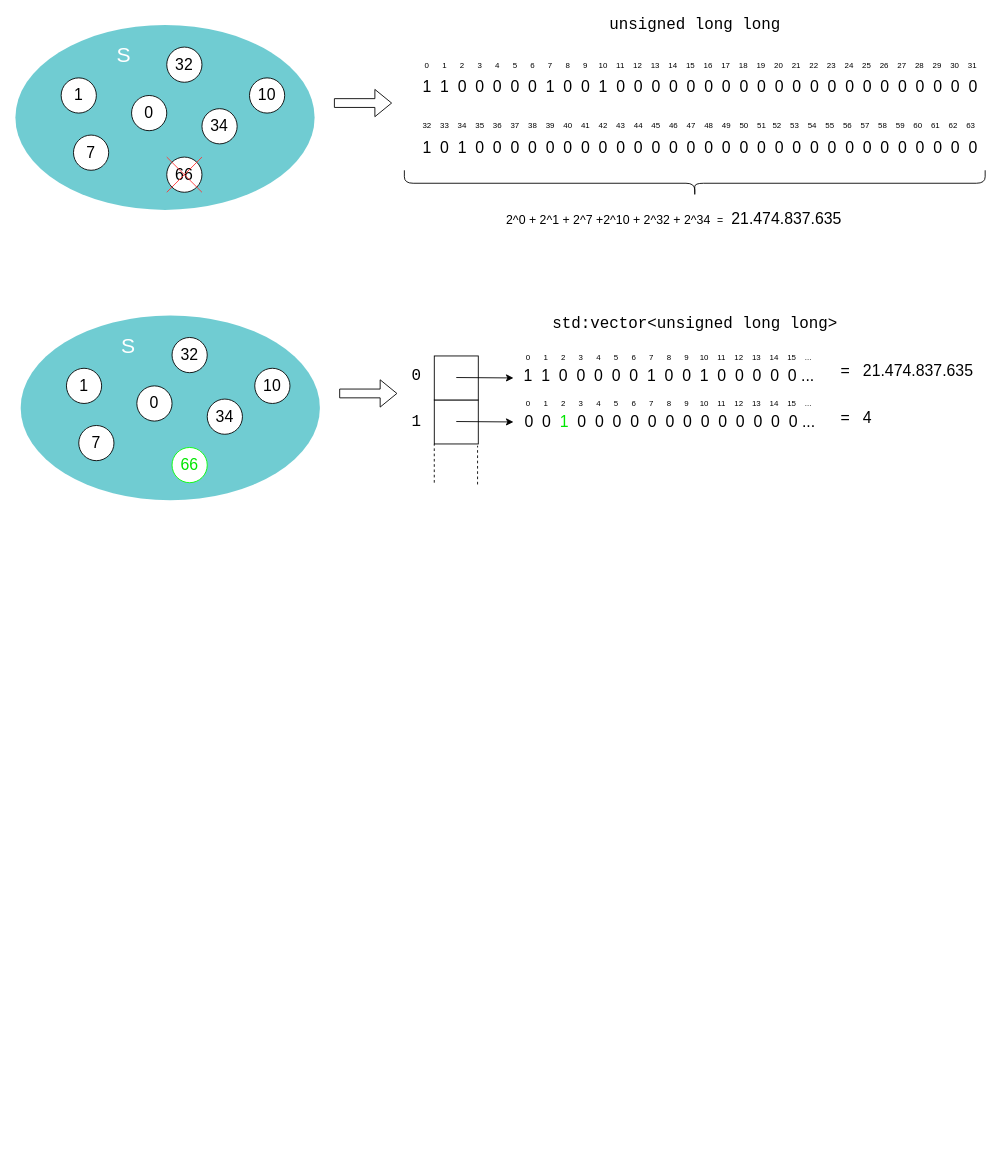
Earlier version of the draw.io diagram report/images/SBitRepr.drawio (jkomyno/algorithms-hw2). Source tidied: cells renumbered, new cells numbered last; positions are measured from the earlier drawing's top-left corner, leaving out a move shared by most shapes. Both pictures are drawn from the tidied source at 88%, with x=0, y=0 at pixel (15, -107).
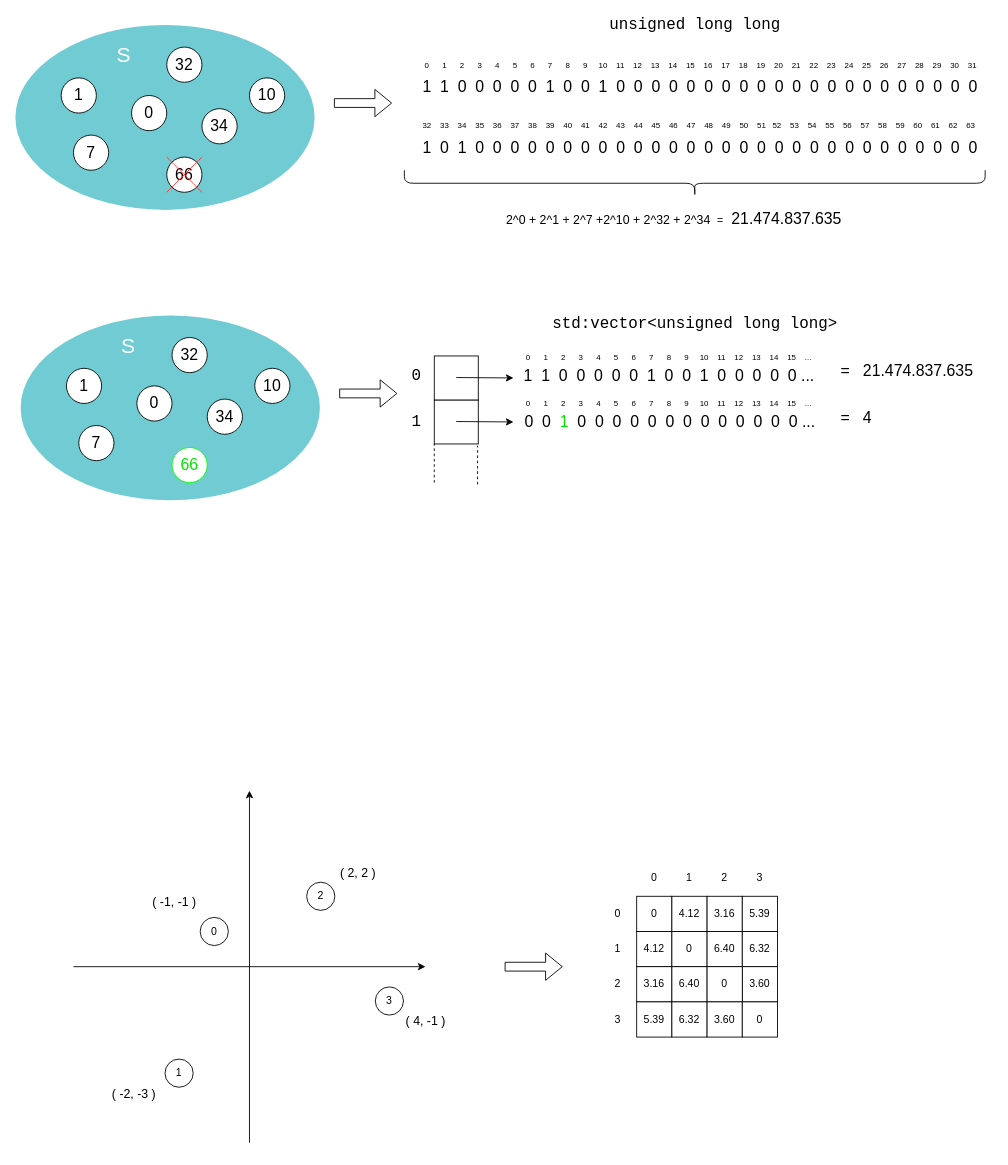
The same diagram, later.

Diff of the diagram source:
```diff
@@
+    <mxCell id="47" style="endArrow=classic;html=1;" parent="1" edge="1">
+      <mxGeometry relative="1" as="geometry">
+        <mxPoint x="66" y="1220" as="sourcePoint" />
+        <mxPoint x="466" y="1220" as="targetPoint" />
+      </mxGeometry>
+    </mxCell>
+    <mxCell id="48" style="endArrow=classic;html=1;" parent="1" edge="1">
+      <mxGeometry relative="1" as="geometry">
+        <mxPoint x="266" y="1420" as="sourcePoint" />
+        <mxPoint x="266" y="1020" as="targetPoint" />
+      </mxGeometry>
+    </mxCell>
+    <mxCell id="49" value="0" style="ellipse;whiteSpace=wrap;html=1;" parent="1" vertex="1">
+      <mxGeometry x="210" y="1164" width="32" height="32" as="geometry" />
+    </mxCell>
+    <mxCell id="50" value="&lt;font style=&quot;font-size: 14px&quot;&gt;( -1, -1 )&lt;/font&gt;" style="text;html=1;strokeColor=none;fillColor=none;align=center;verticalAlign=middle;whiteSpace=wrap;rounded=0;" parent="1" vertex="1">
+      <mxGeometry x="148" y="1136" width="66" height="20" as="geometry" />
+    </mxCell>
+    <mxCell id="51" value="1" style="ellipse;whiteSpace=wrap;html=1;" parent="1" vertex="1">
+      <mxGeometry x="170" y="1325" width="32" height="32" as="geometry" />
+    </mxCell>
+    <mxCell id="52" value="&lt;font style=&quot;font-size: 14px&quot;&gt;( -2, -3 )&lt;/font&gt;" style="text;html=1;strokeColor=none;fillColor=none;align=center;verticalAlign=middle;whiteSpace=wrap;rounded=0;" parent="1" vertex="1">
+      <mxGeometry x="98" y="1355" width="74" height="20" as="geometry" />
+    </mxCell>
+    <mxCell id="53" value="3" style="ellipse;whiteSpace=wrap;html=1;" parent="1" vertex="1">
+      <mxGeometry x="409" y="1243" width="32" height="32" as="geometry" />
+    </mxCell>
+    <mxCell id="54" value="&lt;font style=&quot;font-size: 14px&quot;&gt;( 4, -1 )&lt;/font&gt;" style="text;html=1;strokeColor=none;fillColor=none;align=center;verticalAlign=middle;whiteSpace=wrap;rounded=0;" parent="1" vertex="1">
+      <mxGeometry x="429" y="1272" width="75" height="20" as="geometry" />
+    </mxCell>
+    <mxCell id="55" value="2" style="ellipse;whiteSpace=wrap;html=1;" parent="1" vertex="1">
+      <mxGeometry x="331" y="1124" width="32" height="32" as="geometry" />
+    </mxCell>
+    <mxCell id="56" value="&lt;font style=&quot;font-size: 14px&quot;&gt;( 2, 2 )&lt;/font&gt;" style="text;html=1;strokeColor=none;fillColor=none;align=center;verticalAlign=middle;whiteSpace=wrap;rounded=0;" parent="1" vertex="1">
+      <mxGeometry x="363" y="1104" width="53" height="20" as="geometry" />
+    </mxCell>
+    <mxCell id="57" style="shape=flexArrow;endArrow=classic;html=1;" parent="1" edge="1">
+      <mxGeometry relative="1" as="geometry">
+        <mxPoint x="556" y="1220" as="sourcePoint" />
+        <mxPoint x="622" y="1220" as="targetPoint" />
+      </mxGeometry>
+    </mxCell>
+    <mxCell id="58" value="0" style="whiteSpace=wrap;html=1;" parent="1" vertex="1">
+      <mxGeometry x="706" y="1140" width="40" height="40" as="geometry" />
+    </mxCell>
+    <mxCell id="59" value="4.12" style="whiteSpace=wrap;html=1;" parent="1" vertex="1">
+      <mxGeometry x="746" y="1140" width="40" height="40" as="geometry" />
+    </mxCell>
+    <mxCell id="60" value="3.16" style="whiteSpace=wrap;html=1;" parent="1" vertex="1">
+      <mxGeometry x="786" y="1140" width="40" height="40" as="geometry" />
+    </mxCell>
+    <mxCell id="61" value="5.39" style="whiteSpace=wrap;html=1;" parent="1" vertex="1">
+      <mxGeometry x="826" y="1140" width="40" height="40" as="geometry" />
+    </mxCell>
+    <mxCell id="62" value="4.12" style="whiteSpace=wrap;html=1;" parent="1" vertex="1">
+      <mxGeometry x="706" y="1180" width="40" height="40" as="geometry" />
+    </mxCell>
+    <mxCell id="63" value="0" style="whiteSpace=wrap;html=1;" parent="1" vertex="1">
+      <mxGeometry x="746" y="1180" width="40" height="40" as="geometry" />
+    </mxCell>
+    <mxCell id="64" value="6.40" style="whiteSpace=wrap;html=1;" parent="1" vertex="1">
+      <mxGeometry x="786" y="1180" width="40" height="40" as="geometry" />
+    </mxCell>
+    <mxCell id="65" value="6.32" style="whiteSpace=wrap;html=1;" parent="1" vertex="1">
+      <mxGeometry x="826" y="1180" width="40" height="40" as="geometry" />
+    </mxCell>
+    <mxCell id="66" value="3.16" style="whiteSpace=wrap;html=1;" parent="1" vertex="1">
+      <mxGeometry x="706" y="1220" width="40" height="40" as="geometry" />
+    </mxCell>
+    <mxCell id="67" value="6.40" style="whiteSpace=wrap;html=1;" parent="1" vertex="1">
+      <mxGeometry x="746" y="1220" width="40" height="40" as="geometry" />
+    </mxCell>
+    <mxCell id="68" value="3.60" style="whiteSpace=wrap;html=1;" parent="1" vertex="1">
+      <mxGeometry x="826" y="1220" width="40" height="40" as="geometry" />
+    </mxCell>
+    <mxCell id="69" value="0" style="whiteSpace=wrap;html=1;" parent="1" vertex="1">
+      <mxGeometry x="786" y="1220" width="40" height="40" as="geometry" />
+    </mxCell>
+    <mxCell id="70" value="5.39" style="whiteSpace=wrap;html=1;" parent="1" vertex="1">
+      <mxGeometry x="706" y="1260" width="40" height="40" as="geometry" />
+    </mxCell>
+    <mxCell id="71" value="6.32" style="whiteSpace=wrap;html=1;" parent="1" vertex="1">
+      <mxGeometry x="746" y="1260" width="40" height="40" as="geometry" />
+    </mxCell>
+    <mxCell id="72" value="3.60" style="whiteSpace=wrap;html=1;" parent="1" vertex="1">
+      <mxGeometry x="786" y="1260" width="40" height="40" as="geometry" />
+    </mxCell>
+    <mxCell id="73" value="0" style="whiteSpace=wrap;html=1;" parent="1" vertex="1">
+      <mxGeometry x="826" y="1260" width="40" height="40" as="geometry" />
+    </mxCell>
+    <mxCell id="74" value="0&amp;nbsp; &amp;nbsp; &amp;nbsp; &amp;nbsp; &amp;nbsp; 1&amp;nbsp; &amp;nbsp; &amp;nbsp; &amp;nbsp; &amp;nbsp;&amp;nbsp;2&amp;nbsp; &amp;nbsp; &amp;nbsp; &amp;nbsp; &amp;nbsp;&amp;nbsp;3" style="text;html=1;strokeColor=none;fillColor=none;align=center;verticalAlign=middle;whiteSpace=wrap;rounded=0;" parent="1" vertex="1">
+      <mxGeometry x="706" y="1109" width="160" height="20" as="geometry" />
+    </mxCell>
+    <mxCell id="75" value="0" style="text;html=1;align=center;verticalAlign=middle;" parent="1" vertex="1">
+      <mxGeometry x="674" y="1150" width="20" height="20" as="geometry" />
+    </mxCell>
+    <mxCell id="76" value="1" style="text;html=1;align=center;verticalAlign=middle;" parent="1" vertex="1">
+      <mxGeometry x="674" y="1190" width="20" height="20" as="geometry" />
+    </mxCell>
+    <mxCell id="77" value="2" style="text;html=1;align=center;verticalAlign=middle;" parent="1" vertex="1">
+      <mxGeometry x="674" y="1230" width="20" height="20" as="geometry" />
+    </mxCell>
+    <mxCell id="78" value="3" style="text;html=1;align=center;verticalAlign=middle;" parent="1" vertex="1">
+      <mxGeometry x="674" y="1270" width="20" height="20" as="geometry" />
+    </mxCell>
```
